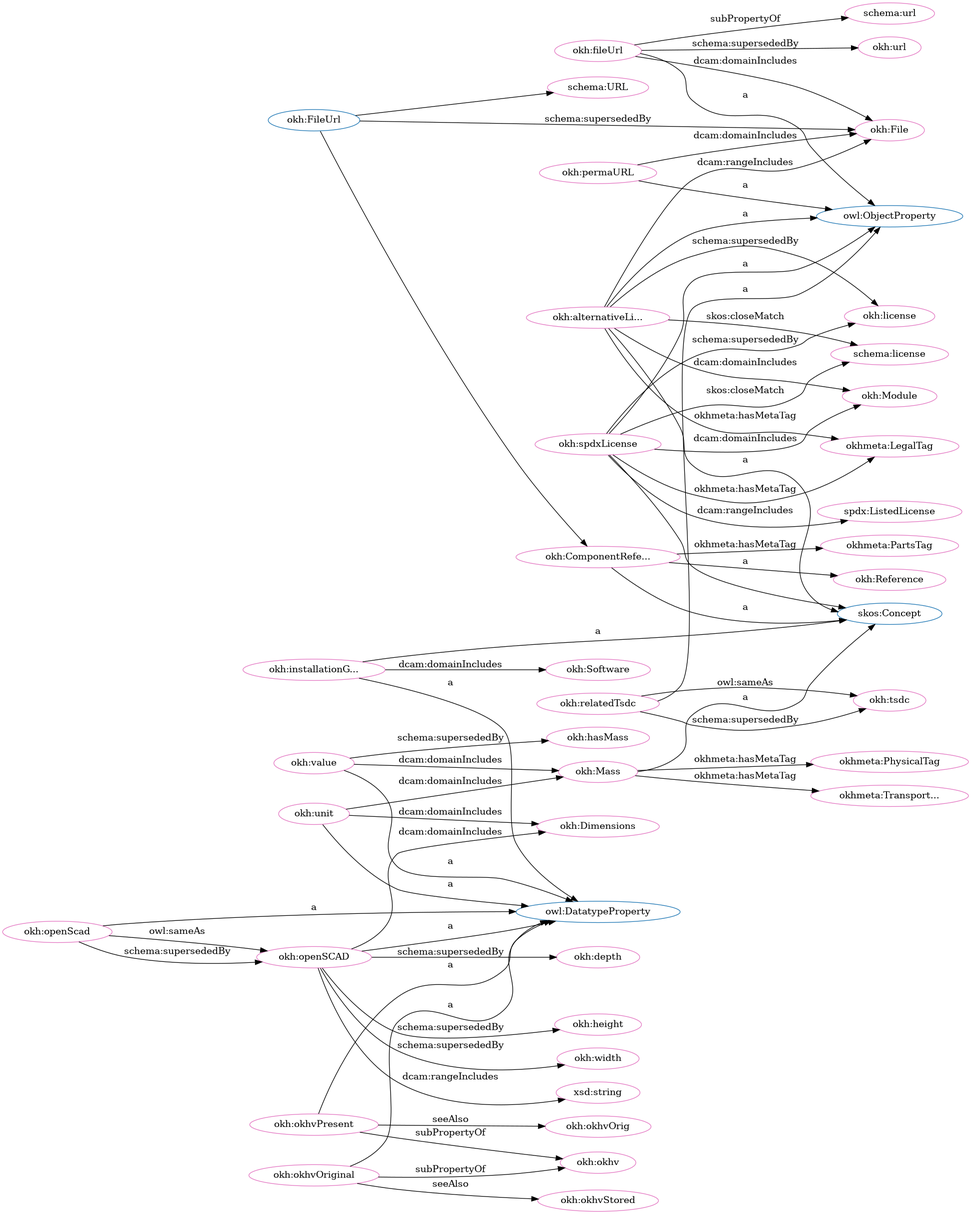
The Graphviz diagram src/spec/dot_okh_deprecated.png in iop-alliance/OpenKnowHow, before a commit. Its source is kept beside it as src/spec/dot_okh_deprecated.dot.
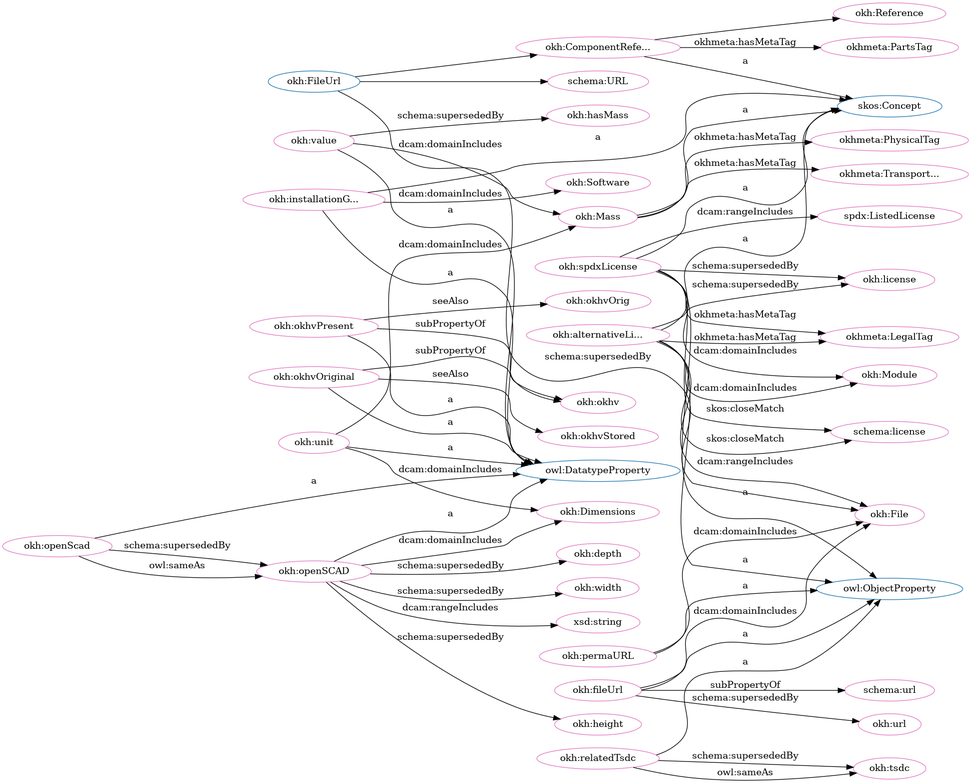
Later version of the same file.

Diff of the diagram source:
```diff
@@ -1,106 +1,106 @@
 digraph G {
   rankdir=BT
   node[height=.3]
+"http://w3id.org/oseg/ont/okh#FileUrl" [fillcolor="#1f77b4" color="#1f77b4" label="okh:FileUrl"]
+"http://w3id.org/oseg/ont/okh#Mass" [fillcolor="#1f77b4" color="#1f77b4" label="okh:Mass"]
 "http://www.w3.org/2002/07/owl#ObjectProperty" [fillcolor="#1f77b4" color="#1f77b4" label="owl:ObjectProperty"]
 "http://www.w3.org/2004/02/skos/core#Concept" [fillcolor="#1f77b4" color="#1f77b4" label="skos:Concept"]
+"http://schema.org/URL" [fillcolor="#1f77b4" color="#1f77b4" label="schema:URL"]
+"http://w3id.org/oseg/ont/okh#Reference" [fillcolor="#1f77b4" color="#1f77b4" label="okh:Reference"]
 "http://www.w3.org/2002/07/owl#DatatypeProperty" [fillcolor="#1f77b4" color="#1f77b4" label="owl:DatatypeProperty"]
-"http://w3id.org/oseg/ont/okh#Reference" [fillcolor="#1f77b4" color="#1f77b4" label="okh:Reference"]
-"http://w3id.org/oseg/ont/okh#Mass" [fillcolor="#1f77b4" color="#1f77b4" label="okh:Mass"]
-"http://w3id.org/oseg/ont/okh#FileUrl" [fillcolor="#1f77b4" color="#1f77b4" label="okh:FileUrl"]
 "http://w3id.org/oseg/ont/okh#ComponentReference" [fillcolor="#1f77b4" color="#1f77b4" label="okh:ComponentRefe..."]
-"http://schema.org/URL" [fillcolor="#1f77b4" color="#1f77b4" label="schema:URL"]
+"http://w3id.org/oseg/ont/okh#okhvOrig" [fillcolor="#e377c2" color="#e377c2" label="okh:okhvOrig"]
+"http://w3id.org/oseg/ont/okh#installationGuide" [fillcolor="#e377c2" color="#e377c2" label="okh:installationG..."]
+"http://w3id.org/oseg/ont/okh#okhvPresent" [fillcolor="#e377c2" color="#e377c2" label="okh:okhvPresent"]
+"http://w3id.org/oseg/ont/okh#okhv" [fillcolor="#e377c2" color="#e377c2" label="okh:okhv"]
+"http://w3id.org/oseg/ont/okh#Dimensions" [fillcolor="#e377c2" color="#e377c2" label="okh:Dimensions"]
+"http://w3id.org/oseg/ont/okhmetaLegalTag" [fillcolor="#e377c2" color="#e377c2" label="okhmeta:LegalTag"]
+"http://w3id.org/oseg/ont/okh#value" [fillcolor="#e377c2" color="#e377c2" label="okh:value"]
+"http://w3id.org/oseg/ont/okh#File" [fillcolor="#e377c2" color="#e377c2" label="okh:File"]
+"http://w3id.org/oseg/ont/okh#spdxLicense" [fillcolor="#e377c2" color="#e377c2" label="okh:spdxLicense"]
+"http://w3id.org/oseg/ont/okh#alternativeLicense" [fillcolor="#e377c2" color="#e377c2" label="okh:alternativeLi..."]
+"http://schema.org/url" [fillcolor="#e377c2" color="#e377c2" label="schema:url"]
+"http://w3id.org/oseg/ont/okh#tsdc" [fillcolor="#e377c2" color="#e377c2" label="okh:tsdc"]
+"http://w3id.org/oseg/ont/okh#width" [fillcolor="#e377c2" color="#e377c2" label="okh:width"]
+"http://w3id.org/oseg/ont/okh#Mass" [fillcolor="#e377c2" color="#e377c2" label="okh:Mass"]
+"http://w3id.org/oseg/ont/okh#okhvOriginal" [fillcolor="#e377c2" color="#e377c2" label="okh:okhvOriginal"]
+"http://w3id.org/oseg/ont/okh#Module" [fillcolor="#e377c2" color="#e377c2" label="okh:Module"]
+"http://w3id.org/oseg/ont/okh#url" [fillcolor="#e377c2" color="#e377c2" label="okh:url"]
+"http://w3id.org/oseg/ont/okh#ComponentReference" [fillcolor="#e377c2" color="#e377c2" label="okh:ComponentRefe..."]
+"http://www.w3.org/2001/XMLSchema#string" [fillcolor="#e377c2" color="#e377c2" label="xsd:string"]
+"http://w3id.org/oseg/ont/okh#openSCAD" [fillcolor="#e377c2" color="#e377c2" label="okh:openSCAD"]
+"http://w3id.org/oseg/ont/okh#height" [fillcolor="#e377c2" color="#e377c2" label="okh:height"]
+"http://w3id.org/oseg/ont/okh#okhvStored" [fillcolor="#e377c2" color="#e377c2" label="okh:okhvStored"]
+"http://schema.org/license" [fillcolor="#e377c2" color="#e377c2" label="schema:license"]
+"http://w3id.org/oseg/ont/okh#hasMass" [fillcolor="#e377c2" color="#e377c2" label="okh:hasMass"]
+"http://w3id.org/oseg/ont/okh#depth" [fillcolor="#e377c2" color="#e377c2" label="okh:depth"]
+"http://w3id.org/oseg/ont/okh#relatedTsdc" [fillcolor="#e377c2" color="#e377c2" label="okh:relatedTsdc"]
+"http://w3id.org/oseg/ont/okh#license" [fillcolor="#e377c2" color="#e377c2" label="okh:license"]
+"http://w3id.org/oseg/ont/okh#Reference" [fillcolor="#e377c2" color="#e377c2" label="okh:Reference"]
+"http://w3id.org/oseg/ont/okh#openScad" [fillcolor="#e377c2" color="#e377c2" label="okh:openScad"]
+"http://w3id.org/oseg/ont/okhmetaPhysicalTag" [fillcolor="#e377c2" color="#e377c2" label="okhmeta:PhysicalTag"]
+"http://w3id.org/oseg/ont/okhmetaTransportationTag" [fillcolor="#e377c2" color="#e377c2" label="okhmeta:Transport..."]
+"http://schema.org/URL" [fillcolor="#e377c2" color="#e377c2" label="schema:URL"]
 "http://w3id.org/oseg/ont/okh#fileUrl" [fillcolor="#e377c2" color="#e377c2" label="okh:fileUrl"]
-"http://w3id.org/oseg/ont/okh#spdxLicense" [fillcolor="#e377c2" color="#e377c2" label="okh:spdxLicense"]
-"http://w3id.org/oseg/ont/okh#Mass" [fillcolor="#e377c2" color="#e377c2" label="okh:Mass"]
-"http://w3id.org/oseg/ont/okh#width" [fillcolor="#e377c2" color="#e377c2" label="okh:width"]
-"http://schema.org/license" [fillcolor="#e377c2" color="#e377c2" label="schema:license"]
-"http://w3id.org/oseg/ont/okh#okhvOrig" [fillcolor="#e377c2" color="#e377c2" label="okh:okhvOrig"]
-"http://www.w3.org/2001/XMLSchema#string" [fillcolor="#e377c2" color="#e377c2" label="xsd:string"]
-"http://w3id.org/oseg/ont/okhmetaLegalTag" [fillcolor="#e377c2" color="#e377c2" label="okhmeta:LegalTag"]
-"http://w3id.org/oseg/ont/okh#File" [fillcolor="#e377c2" color="#e377c2" label="okh:File"]
-"http://w3id.org/oseg/ont/okh#value" [fillcolor="#e377c2" color="#e377c2" label="okh:value"]
+"http://w3id.org/oseg/ont/okhmetaPartsTag" [fillcolor="#e377c2" color="#e377c2" label="okhmeta:PartsTag"]
 "http://spdx.org/rdf/terms#ListedLicense" [fillcolor="#e377c2" color="#e377c2" label="spdx:ListedLicense"]
-"http://w3id.org/oseg/ont/okh#okhv" [fillcolor="#e377c2" color="#e377c2" label="okh:okhv"]
-"http://w3id.org/oseg/ont/okh#alternativeLicense" [fillcolor="#e377c2" color="#e377c2" label="okh:alternativeLi..."]
-"http://w3id.org/oseg/ont/okh#openSCAD" [fillcolor="#e377c2" color="#e377c2" label="okh:openSCAD"]
-"http://w3id.org/oseg/ont/okhmetaPartsTag" [fillcolor="#e377c2" color="#e377c2" label="okhmeta:PartsTag"]
-"http://w3id.org/oseg/ont/okh#okhvStored" [fillcolor="#e377c2" color="#e377c2" label="okh:okhvStored"]
-"http://w3id.org/oseg/ont/okhmetaPhysicalTag" [fillcolor="#e377c2" color="#e377c2" label="okhmeta:PhysicalTag"]
 "http://w3id.org/oseg/ont/okh#unit" [fillcolor="#e377c2" color="#e377c2" label="okh:unit"]
-"http://w3id.org/oseg/ont/okh#license" [fillcolor="#e377c2" color="#e377c2" label="okh:license"]
-"http://w3id.org/oseg/ont/okh#Dimensions" [fillcolor="#e377c2" color="#e377c2" label="okh:Dimensions"]
-"http://w3id.org/oseg/ont/okh#tsdc" [fillcolor="#e377c2" color="#e377c2" label="okh:tsdc"]
-"http://w3id.org/oseg/ont/okh#Module" [fillcolor="#e377c2" color="#e377c2" label="okh:Module"]
-"http://schema.org/url" [fillcolor="#e377c2" color="#e377c2" label="schema:url"]
 "http://w3id.org/oseg/ont/okh#Software" [fillcolor="#e377c2" color="#e377c2" label="okh:Software"]
-"http://w3id.org/oseg/ont/okh#ComponentReference" [fillcolor="#e377c2" color="#e377c2" label="okh:ComponentRefe..."]
-"http://w3id.org/oseg/ont/okh#height" [fillcolor="#e377c2" color="#e377c2" label="okh:height"]
 "http://w3id.org/oseg/ont/okh#permaURL" [fillcolor="#e377c2" color="#e377c2" label="okh:permaURL"]
-"http://w3id.org/oseg/ont/okh#hasMass" [fillcolor="#e377c2" color="#e377c2" label="okh:hasMass"]
-"http://w3id.org/oseg/ont/okhmetaTransportationTag" [fillcolor="#e377c2" color="#e377c2" label="okhmeta:Transport..."]
-"http://w3id.org/oseg/ont/okh#depth" [fillcolor="#e377c2" color="#e377c2" label="okh:depth"]
-"http://w3id.org/oseg/ont/okh#okhvPresent" [fillcolor="#e377c2" color="#e377c2" label="okh:okhvPresent"]
-"http://w3id.org/oseg/ont/okh#okhvOriginal" [fillcolor="#e377c2" color="#e377c2" label="okh:okhvOriginal"]
-"http://w3id.org/oseg/ont/okh#url" [fillcolor="#e377c2" color="#e377c2" label="okh:url"]
-"http://w3id.org/oseg/ont/okh#installationGuide" [fillcolor="#e377c2" color="#e377c2" label="okh:installationG..."]
-"http://w3id.org/oseg/ont/okh#openScad" [fillcolor="#e377c2" color="#e377c2" label="okh:openScad"]
-"http://w3id.org/oseg/ont/okh#Reference" [fillcolor="#e377c2" color="#e377c2" label="okh:Reference"]
-"http://schema.org/URL" [fillcolor="#e377c2" color="#e377c2" label="schema:URL"]
-"http://w3id.org/oseg/ont/okh#relatedTsdc" [fillcolor="#e377c2" color="#e377c2" label="okh:relatedTsdc"]
-  "http://w3id.org/oseg/ont/okh#fileUrl" -> "http://www.w3.org/2002/07/owl#ObjectProperty" [label="a"]
-  "http://w3id.org/oseg/ont/okh#spdxLicense" -> "http://www.w3.org/2004/02/skos/core#Concept" [label="a"]
-  "http://w3id.org/oseg/ont/okh#unit" -> "http://w3id.org/oseg/ont/okh#Mass" [label="dcam:domainIncludes"]
-  "http://w3id.org/oseg/ont/okh#openSCAD" -> "http://w3id.org/oseg/ont/okh#width" [label="schema:supersededBy"]
-  "http://w3id.org/oseg/ont/okh#spdxLicense" -> "http://schema.org/license" [label="skos:closeMatch"]
   "http://w3id.org/oseg/ont/okh#okhvPresent" -> "http://w3id.org/oseg/ont/okh#okhvOrig" [label="seeAlso"]
-  "http://w3id.org/oseg/ont/okh#openSCAD" -> "http://www.w3.org/2001/XMLSchema#string" [label="dcam:rangeIncludes"]
+  "http://w3id.org/oseg/ont/okh#installationGuide" -> "http://www.w3.org/2002/07/owl#DatatypeProperty" [label="a"]
+  "http://w3id.org/oseg/ont/okh#okhvPresent" -> "http://www.w3.org/2002/07/owl#DatatypeProperty" [label="a"]
+  "http://w3id.org/oseg/ont/okh#okhvPresent" -> "http://w3id.org/oseg/ont/okh#okhv" [label="subPropertyOf"]
+  "http://w3id.org/oseg/ont/okh#openSCAD" -> "http://w3id.org/oseg/ont/okh#Dimensions" [label="dcam:domainIncludes"]
+  "http://w3id.org/oseg/ont/okh#spdxLicense" -> "http://w3id.org/oseg/ont/okhmetaLegalTag" [label="okhmeta:hasMetaTag"]
+  "http://w3id.org/oseg/ont/okh#value" -> "http://www.w3.org/2002/07/owl#DatatypeProperty" [label="a"]
+  "http://w3id.org/oseg/ont/okh#alternativeLicense" -> "http://w3id.org/oseg/ont/okh#File" [label="dcam:rangeIncludes"]
   "http://w3id.org/oseg/ont/okh#alternativeLicense" -> "http://w3id.org/oseg/ont/okhmetaLegalTag" [label="okhmeta:hasMetaTag"]
   "http://w3id.org/oseg/ont/okh#fileUrl" -> "http://w3id.org/oseg/ont/okh#File" [label="dcam:domainIncludes"]
-  "http://w3id.org/oseg/ont/okh#value" -> "http://www.w3.org/2002/07/owl#DatatypeProperty" [label="a"]
+  "http://w3id.org/oseg/ont/okh#spdxLicense" -> "http://www.w3.org/2004/02/skos/core#Concept" [label="a"]
+  "http://w3id.org/oseg/ont/okh#alternativeLicense" -> "http://www.w3.org/2004/02/skos/core#Concept" [label="a"]
+  "http://w3id.org/oseg/ont/okh#fileUrl" -> "http://schema.org/url" [label="subPropertyOf"]
+  "http://w3id.org/oseg/ont/okh#relatedTsdc" -> "http://w3id.org/oseg/ont/okh#tsdc" [label="schema:supersededBy"]
+  "http://w3id.org/oseg/ont/okh#openSCAD" -> "http://w3id.org/oseg/ont/okh#width" [label="schema:supersededBy"]
+  "http://w3id.org/oseg/ont/okh#unit" -> "http://w3id.org/oseg/ont/okh#Mass" [label="dcam:domainIncludes"]
+  "http://w3id.org/oseg/ont/okh#permaURL" -> "http://w3id.org/oseg/ont/okh#File" [label="dcam:domainIncludes"]
+  "http://w3id.org/oseg/ont/okh#okhvOriginal" -> "http://www.w3.org/2002/07/owl#DatatypeProperty" [label="a"]
+  "http://w3id.org/oseg/ont/okh#alternativeLicense" -> "http://w3id.org/oseg/ont/okh#Module" [label="dcam:domainIncludes"]
+  "http://w3id.org/oseg/ont/okh#fileUrl" -> "http://w3id.org/oseg/ont/okh#url" [label="schema:supersededBy"]
+  "http://w3id.org/oseg/ont/okh#installationGuide" -> "http://www.w3.org/2004/02/skos/core#Concept" [label="a"]
+  "http://w3id.org/oseg/ont/okh#FileUrl" -> "http://w3id.org/oseg/ont/okh#ComponentReference" [label=""]
+  "http://w3id.org/oseg/ont/okh#openSCAD" -> "http://www.w3.org/2001/XMLSchema#string" [label="dcam:rangeIncludes"]
+  "http://w3id.org/oseg/ont/okh#openScad" -> "http://w3id.org/oseg/ont/okh#openSCAD" [label="owl:sameAs"]
+  "http://w3id.org/oseg/ont/okh#openSCAD" -> "http://w3id.org/oseg/ont/okh#height" [label="schema:supersededBy"]
+  "http://w3id.org/oseg/ont/okh#openScad" -> "http://w3id.org/oseg/ont/okh#openSCAD" [label="schema:supersededBy"]
+  "http://w3id.org/oseg/ont/okh#FileUrl" -> "http://w3id.org/oseg/ont/okh#File" [label="schema:supersededBy"]
+  "http://w3id.org/oseg/ont/okh#relatedTsdc" -> "http://w3id.org/oseg/ont/okh#tsdc" [label="owl:sameAs"]
+  "http://w3id.org/oseg/ont/okh#okhvOriginal" -> "http://w3id.org/oseg/ont/okh#okhv" [label="subPropertyOf"]
+  "http://w3id.org/oseg/ont/okh#spdxLicense" -> "http://w3id.org/oseg/ont/okh#Module" [label="dcam:domainIncludes"]
+  "http://w3id.org/oseg/ont/okh#spdxLicense" -> "http://www.w3.org/2002/07/owl#ObjectProperty" [label="a"]
+  "http://w3id.org/oseg/ont/okh#ComponentReference" -> "http://www.w3.org/2004/02/skos/core#Concept" [label="a"]
+  "http://w3id.org/oseg/ont/okh#alternativeLicense" -> "http://www.w3.org/2002/07/owl#ObjectProperty" [label="a"]
+  "http://w3id.org/oseg/ont/okh#okhvOriginal" -> "http://w3id.org/oseg/ont/okh#okhvStored" [label="seeAlso"]
+  "http://w3id.org/oseg/ont/okh#spdxLicense" -> "http://schema.org/license" [label="skos:closeMatch"]
+  "http://w3id.org/oseg/ont/okh#value" -> "http://w3id.org/oseg/ont/okh#hasMass" [label="schema:supersededBy"]
+  "http://w3id.org/oseg/ont/okh#alternativeLicense" -> "http://schema.org/license" [label="skos:closeMatch"]
+  "http://w3id.org/oseg/ont/okh#openSCAD" -> "http://w3id.org/oseg/ont/okh#depth" [label="schema:supersededBy"]
+  "http://w3id.org/oseg/ont/okh#relatedTsdc" -> "http://www.w3.org/2002/07/owl#ObjectProperty" [label="a"]
+  "http://w3id.org/oseg/ont/okh#unit" -> "http://w3id.org/oseg/ont/okh#Dimensions" [label="dcam:domainIncludes"]
+  "http://w3id.org/oseg/ont/okh#spdxLicense" -> "http://w3id.org/oseg/ont/okh#license" [label="schema:supersededBy"]
+  "http://w3id.org/oseg/ont/okh#alternativeLicense" -> "http://w3id.org/oseg/ont/okh#license" [label="schema:supersededBy"]
+  "http://w3id.org/oseg/ont/okh#openSCAD" -> "http://www.w3.org/2002/07/owl#DatatypeProperty" [label="a"]
+  "http://w3id.org/oseg/ont/okh#ComponentReference" -> "http://w3id.org/oseg/ont/okh#Reference" [label=""]
+  "http://w3id.org/oseg/ont/okh#openScad" -> "http://www.w3.org/2002/07/owl#DatatypeProperty" [label="a"]
+  "http://w3id.org/oseg/ont/okh#Mass" -> "http://w3id.org/oseg/ont/okhmetaPhysicalTag" [label="okhmeta:hasMetaTag"]
+  "http://w3id.org/oseg/ont/okh#Mass" -> "http://w3id.org/oseg/ont/okhmetaTransportationTag" [label="okhmeta:hasMetaTag"]
+  "http://w3id.org/oseg/ont/okh#FileUrl" -> "http://schema.org/URL" [label=""]
+  "http://w3id.org/oseg/ont/okh#fileUrl" -> "http://www.w3.org/2002/07/owl#ObjectProperty" [label="a"]
+  "http://w3id.org/oseg/ont/okh#ComponentReference" -> "http://w3id.org/oseg/ont/okhmetaPartsTag" [label="okhmeta:hasMetaTag"]
   "http://w3id.org/oseg/ont/okh#spdxLicense" -> "http://spdx.org/rdf/terms#ListedLicense" [label="dcam:rangeIncludes"]
-  "http://w3id.org/oseg/ont/okh#alternativeLicense" -> "http://w3id.org/oseg/ont/okh#File" [label="dcam:rangeIncludes"]
-  "http://w3id.org/oseg/ont/okh#okhvPresent" -> "http://w3id.org/oseg/ont/okh#okhv" [label="subPropertyOf"]
-  "http://w3id.org/oseg/ont/okh#alternativeLicense" -> "http://www.w3.org/2004/02/skos/core#Concept" [label="a"]
-  "http://w3id.org/oseg/ont/okh#okhvOriginal" -> "http://w3id.org/oseg/ont/okh#okhv" [label="subPropertyOf"]
-  "http://w3id.org/oseg/ont/okh#openScad" -> "http://w3id.org/oseg/ont/okh#openSCAD" [label="schema:supersededBy"]
-  "http://w3id.org/oseg/ont/okh#alternativeLicense" -> "http://schema.org/license" [label="skos:closeMatch"]
-  "http://w3id.org/oseg/ont/okh#spdxLicense" -> "http://www.w3.org/2002/07/owl#ObjectProperty" [label="a"]
-  "http://w3id.org/oseg/ont/okh#ComponentReference" -> "http://w3id.org/oseg/ont/okhmetaPartsTag" [label="okhmeta:hasMetaTag"]
-  "http://w3id.org/oseg/ont/okh#okhvOriginal" -> "http://w3id.org/oseg/ont/okh#okhvStored" [label="seeAlso"]
-  "http://w3id.org/oseg/ont/okh#Mass" -> "http://w3id.org/oseg/ont/okhmetaPhysicalTag" [label="okhmeta:hasMetaTag"]
   "http://w3id.org/oseg/ont/okh#unit" -> "http://www.w3.org/2002/07/owl#DatatypeProperty" [label="a"]
-  "http://w3id.org/oseg/ont/okh#spdxLicense" -> "http://w3id.org/oseg/ont/okh#license" [label="schema:supersededBy"]
-  "http://w3id.org/oseg/ont/okh#openSCAD" -> "http://w3id.org/oseg/ont/okh#Dimensions" [label="dcam:domainIncludes"]
-  "http://w3id.org/oseg/ont/okh#relatedTsdc" -> "http://w3id.org/oseg/ont/okh#tsdc" [label="schema:supersededBy"]
-  "http://w3id.org/oseg/ont/okh#spdxLicense" -> "http://w3id.org/oseg/ont/okh#Module" [label="dcam:domainIncludes"]
-  "http://w3id.org/oseg/ont/okh#permaURL" -> "http://w3id.org/oseg/ont/okh#File" [label="dcam:domainIncludes"]
-  "http://w3id.org/oseg/ont/okh#relatedTsdc" -> "http://w3id.org/oseg/ont/okh#tsdc" [label="owl:sameAs"]
-  "http://w3id.org/oseg/ont/okh#fileUrl" -> "http://schema.org/url" [label="subPropertyOf"]
+  "http://w3id.org/oseg/ont/okh#value" -> "http://w3id.org/oseg/ont/okh#Mass" [label="dcam:domainIncludes"]
   "http://w3id.org/oseg/ont/okh#installationGuide" -> "http://w3id.org/oseg/ont/okh#Software" [label="dcam:domainIncludes"]
-  "http://w3id.org/oseg/ont/okh#ComponentReference" -> "http://www.w3.org/2004/02/skos/core#Concept" [label="a"]
-  "http://w3id.org/oseg/ont/okh#alternativeLicense" -> "http://w3id.org/oseg/ont/okh#license" [label="schema:supersededBy"]
-  "http://w3id.org/oseg/ont/okh#FileUrl" -> "http://w3id.org/oseg/ont/okh#ComponentReference" [label=""]
-  "http://w3id.org/oseg/ont/okh#openSCAD" -> "http://w3id.org/oseg/ont/okh#height" [label="schema:supersededBy"]
-  "http://w3id.org/oseg/ont/okh#alternativeLicense" -> "http://w3id.org/oseg/ont/okh#Module" [label="dcam:domainIncludes"]
-  "http://w3id.org/oseg/ont/okh#unit" -> "http://w3id.org/oseg/ont/okh#Dimensions" [label="dcam:domainIncludes"]
   "http://w3id.org/oseg/ont/okh#Mass" -> "http://www.w3.org/2004/02/skos/core#Concept" [label="a"]
   "http://w3id.org/oseg/ont/okh#permaURL" -> "http://www.w3.org/2002/07/owl#ObjectProperty" [label="a"]
-  "http://w3id.org/oseg/ont/okh#value" -> "http://w3id.org/oseg/ont/okh#hasMass" [label="schema:supersededBy"]
-  "http://w3id.org/oseg/ont/okh#Mass" -> "http://w3id.org/oseg/ont/okhmetaTransportationTag" [label="okhmeta:hasMetaTag"]
-  "http://w3id.org/oseg/ont/okh#openSCAD" -> "http://w3id.org/oseg/ont/okh#depth" [label="schema:supersededBy"]
-  "http://w3id.org/oseg/ont/okh#value" -> "http://w3id.org/oseg/ont/okh#Mass" [label="dcam:domainIncludes"]
-  "http://w3id.org/oseg/ont/okh#okhvPresent" -> "http://www.w3.org/2002/07/owl#DatatypeProperty" [label="a"]
-  "http://w3id.org/oseg/ont/okh#okhvOriginal" -> "http://www.w3.org/2002/07/owl#DatatypeProperty" [label="a"]
-  "http://w3id.org/oseg/ont/okh#alternativeLicense" -> "http://www.w3.org/2002/07/owl#ObjectProperty" [label="a"]
-  "http://w3id.org/oseg/ont/okh#fileUrl" -> "http://w3id.org/oseg/ont/okh#url" [label="schema:supersededBy"]
-  "http://w3id.org/oseg/ont/okh#installationGuide" -> "http://www.w3.org/2002/07/owl#DatatypeProperty" [label="a"]
-  "http://w3id.org/oseg/ont/okh#openScad" -> "http://www.w3.org/2002/07/owl#DatatypeProperty" [label="a"]
-  "http://w3id.org/oseg/ont/okh#ComponentReference" -> "http://w3id.org/oseg/ont/okh#Reference" [label=""]
-  "http://w3id.org/oseg/ont/okh#openSCAD" -> "http://www.w3.org/2002/07/owl#DatatypeProperty" [label="a"]
-  "http://w3id.org/oseg/ont/okh#FileUrl" -> "http://schema.org/URL" [label=""]
-  "http://w3id.org/oseg/ont/okh#FileUrl" -> "http://w3id.org/oseg/ont/okh#File" [label="schema:supersededBy"]
-  "http://w3id.org/oseg/ont/okh#installationGuide" -> "http://www.w3.org/2004/02/skos/core#Concept" [label="a"]
-  "http://w3id.org/oseg/ont/okh#openScad" -> "http://w3id.org/oseg/ont/okh#openSCAD" [label="owl:sameAs"]
-  "http://w3id.org/oseg/ont/okh#relatedTsdc" -> "http://www.w3.org/2002/07/owl#ObjectProperty" [label="a"]
-  "http://w3id.org/oseg/ont/okh#spdxLicense" -> "http://w3id.org/oseg/ont/okhmetaLegalTag" [label="okhmeta:hasMetaTag"]
 }
```
